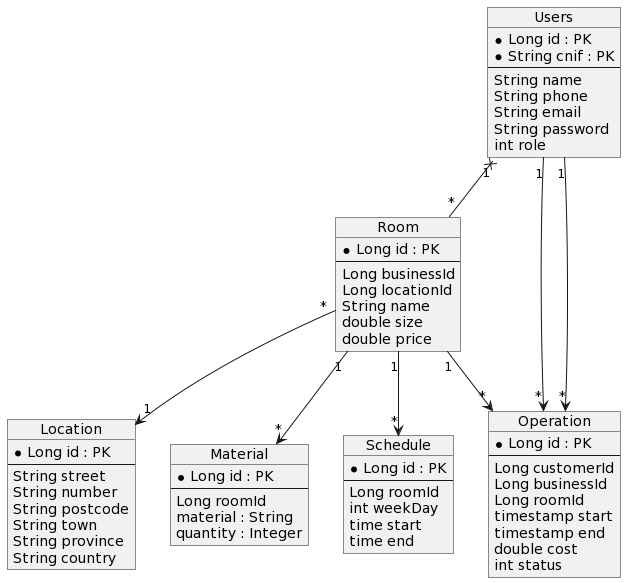
Before: DB-schema.png, a diagram exported from PlantUML (kikegb/ReservaTuSala-back).
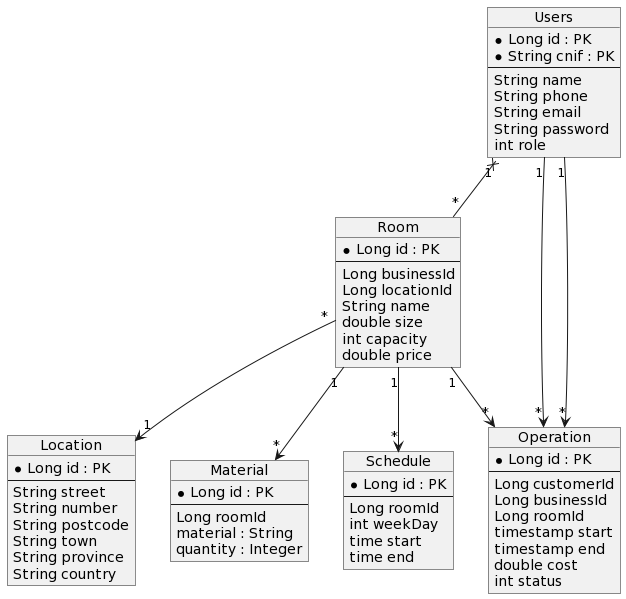
After the change.

Change to the diagram source:
```diff
@@ -16,6 +16,7 @@
     Long locationId
     String name
     double size
+    int capacity
     double price
 }
 object Location {
```
